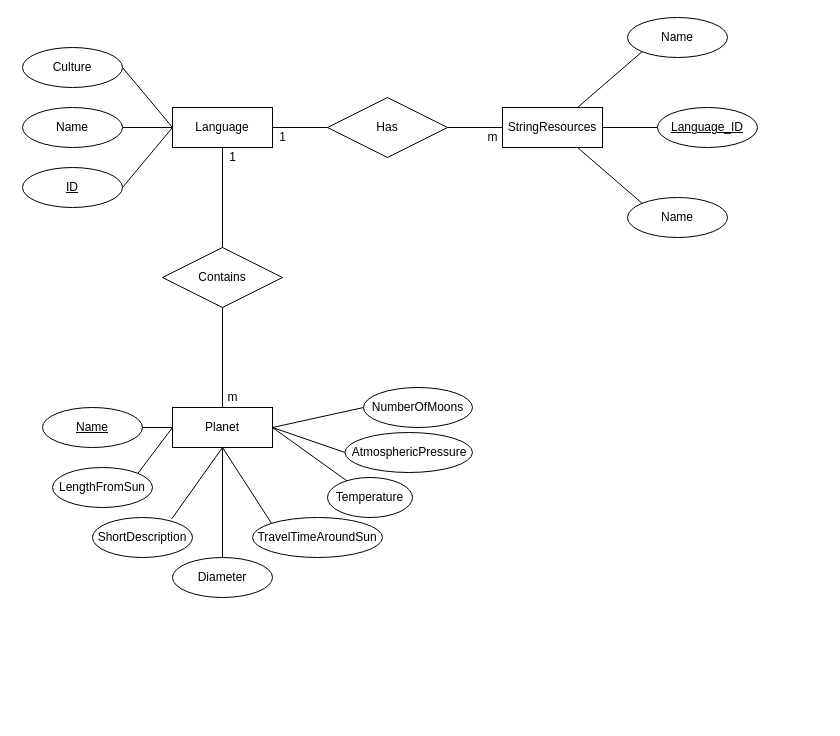
Above: Documentation/ER diagram.drawio in TGPGamez/The-Solar-System (draw.io), before the change. Source tidied: cells renumbered, new cells numbered last; positions are measured from the earlier drawing's top-left corner, leaving out a move shared by most shapes. Both pictures are drawn from the tidied source at 100%, with x=0, y=0 at pixel (22, 17).
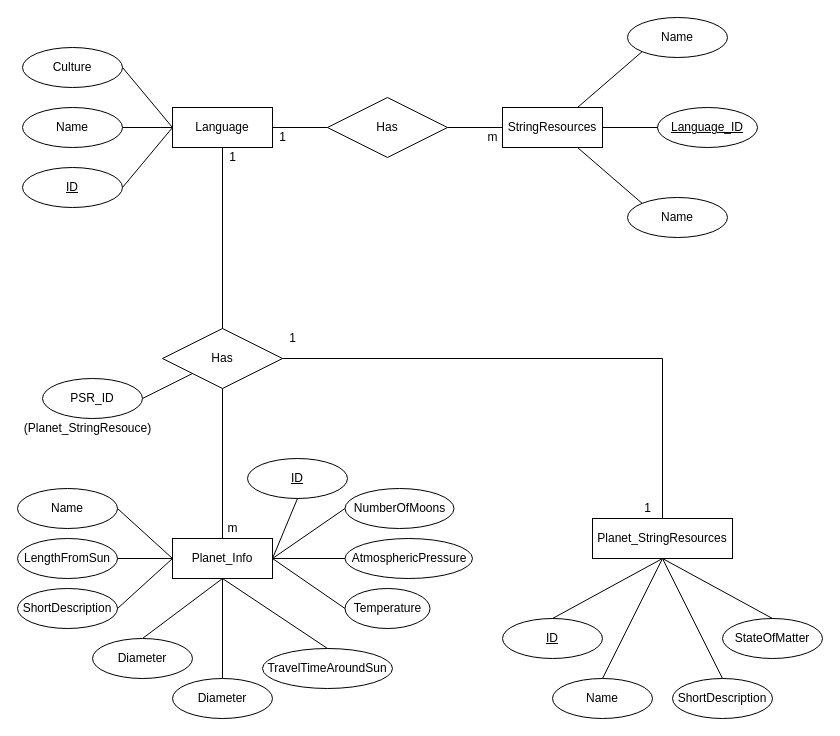
After the change.

The edit, as a diff of the source:
```diff
@@
-    <mxCell id="17" value="Planet" style="whiteSpace=wrap;html=1;align=center;" parent="1" vertex="1">
-      <mxGeometry x="150" y="390" width="100" height="40" as="geometry" />
+    <mxCell id="17" value="Planet_Info" style="whiteSpace=wrap;html=1;align=center;" parent="1" vertex="1">
+      <mxGeometry x="150" y="521" width="100" height="40" as="geometry" />
     </mxCell>
-    <mxCell id="18" value="Contains" style="shape=rhombus;perimeter=rhombusPerimeter;whiteSpace=wrap;html=1;align=center;" parent="1" vertex="1">
-      <mxGeometry x="140" y="230" width="120" height="60" as="geometry" />
+    <mxCell id="18" value="Has" style="shape=rhombus;perimeter=rhombusPerimeter;whiteSpace=wrap;html=1;align=center;" parent="1" vertex="1">
+      <mxGeometry x="140" y="311" width="120" height="60" as="geometry" />
     </mxCell>
@@
-    <mxCell id="21" value="&lt;u&gt;Name&lt;/u&gt;" style="ellipse;whiteSpace=wrap;html=1;align=center;" parent="1" vertex="1">
-      <mxGeometry x="20" y="390" width="100" height="40" as="geometry" />
+    <mxCell id="21" value="Name" style="ellipse;whiteSpace=wrap;html=1;align=center;" parent="1" vertex="1">
+      <mxGeometry x="-5" y="471" width="100" height="40" as="geometry" />
     </mxCell>
     <mxCell id="22" value="LengthFromSun" style="ellipse;whiteSpace=wrap;html=1;align=center;" parent="1" vertex="1">
-      <mxGeometry x="30" y="450" width="100" height="40" as="geometry" />
+      <mxGeometry x="-5" y="521" width="100" height="40" as="geometry" />
     </mxCell>
     <mxCell id="23" value="ShortDescription" style="ellipse;whiteSpace=wrap;html=1;align=center;" parent="1" vertex="1">
-      <mxGeometry x="70" y="500" width="100" height="40" as="geometry" />
+      <mxGeometry x="-5" y="571" width="100" height="40" as="geometry" />
     </mxCell>
     <mxCell id="24" value="Diameter" style="ellipse;whiteSpace=wrap;html=1;align=center;" parent="1" vertex="1">
-      <mxGeometry x="150" y="540" width="100" height="40" as="geometry" />
+      <mxGeometry x="150" y="661" width="100" height="40" as="geometry" />
     </mxCell>
     <mxCell id="25" value="TravelTimeAroundSun" style="ellipse;whiteSpace=wrap;html=1;align=center;" parent="1" vertex="1">
-      <mxGeometry x="230" y="500" width="130" height="40" as="geometry" />
+      <mxGeometry x="240" y="631" width="130" height="40" as="geometry" />
     </mxCell>
     <mxCell id="26" value="Temperature" style="ellipse;whiteSpace=wrap;html=1;align=center;" parent="1" vertex="1">
-      <mxGeometry x="305" y="460" width="85" height="40" as="geometry" />
+      <mxGeometry x="322.5" y="571" width="85" height="40" as="geometry" />
     </mxCell>
     <mxCell id="27" value="AtmosphericPressure" style="ellipse;whiteSpace=wrap;html=1;align=center;" parent="1" vertex="1">
-      <mxGeometry x="322.5" y="415" width="127.5" height="40" as="geometry" />
+      <mxGeometry x="322.5" y="521" width="127.5" height="40" as="geometry" />
     </mxCell>
     <mxCell id="28" value="NumberOfMoons" style="ellipse;whiteSpace=wrap;html=1;align=center;" parent="1" vertex="1">
-      <mxGeometry x="341" y="370" width="109" height="40" as="geometry" />
+      <mxGeometry x="322.5" y="471" width="109" height="40" as="geometry" />
     </mxCell>
     <mxCell id="29" style="endArrow=none;html=1;rounded=0;entryX=0;entryY=0.5;entryDx=0;entryDy=0;" parent="1" edge="1" target="28">
       <mxGeometry relative="1" as="geometry">
-        <mxPoint x="250" y="410" as="sourcePoint" />
+        <mxPoint x="250" y="541" as="sourcePoint" />
       </mxGeometry>
     </mxCell>
@@
-    <mxCell id="31" style="endArrow=none;html=1;rounded=0;" parent="1" edge="1" target="26">
+    <mxCell id="31" style="endArrow=none;html=1;rounded=0;entryX=0;entryY=0.5;entryDx=0;entryDy=0;" parent="1" edge="1" target="26">
       <mxGeometry relative="1" as="geometry">
-        <mxPoint x="250" y="410" as="sourcePoint" />
+        <mxPoint x="250" y="541" as="sourcePoint" />
       </mxGeometry>
     </mxCell>
@@
-    <mxCell id="33" style="endArrow=none;html=1;rounded=0;exitX=0;exitY=0;exitDx=0;exitDy=0;entryX=0.5;entryY=1;entryDx=0;entryDy=0;" parent="1" edge="1" source="25" target="17">
+    <mxCell id="33" style="endArrow=none;html=1;rounded=0;exitX=0.5;exitY=0;exitDx=0;exitDy=0;entryX=0.5;entryY=1;entryDx=0;entryDy=0;" parent="1" edge="1" source="25" target="17">
       <mxGeometry relative="1" as="geometry" />
     </mxCell>
-    <mxCell id="34" style="endArrow=none;html=1;rounded=0;exitX=0.793;exitY=0.032;exitDx=0;exitDy=0;exitPerimeter=0;entryX=0.5;entryY=1;entryDx=0;entryDy=0;" parent="1" edge="1" source="23" target="17">
+    <mxCell id="34" style="endArrow=none;html=1;rounded=0;exitX=1;exitY=0.5;exitDx=0;exitDy=0;entryX=0;entryY=0.5;entryDx=0;entryDy=0;" parent="1" edge="1" source="23" target="17">
       <mxGeometry relative="1" as="geometry" />
     </mxCell>
-    <mxCell id="35" style="endArrow=none;html=1;rounded=0;exitX=1;exitY=0;exitDx=0;exitDy=0;entryX=0;entryY=0.5;entryDx=0;entryDy=0;" parent="1" edge="1" source="22" target="17">
+    <mxCell id="35" style="endArrow=none;html=1;rounded=0;exitX=1;exitY=0.5;exitDx=0;exitDy=0;entryX=0;entryY=0.5;entryDx=0;entryDy=0;" parent="1" edge="1" source="22" target="17">
       <mxGeometry relative="1" as="geometry" />
     </mxCell>
@@
     <mxCell id="40" value="m" style="text;html=1;align=center;verticalAlign=middle;strokeColor=none;fillColor=none;" parent="1" vertex="1">
-      <mxGeometry x="195" y="370" width="30" height="20" as="geometry" />
+      <mxGeometry x="195" y="501" width="30" height="20" as="geometry" />
     </mxCell>
@@
+    <mxCell id="43" value="Diameter" style="ellipse;whiteSpace=wrap;html=1;align=center;" parent="1" vertex="1">
+      <mxGeometry x="70" y="621" width="100" height="40" as="geometry" />
+    </mxCell>
+    <mxCell id="44" style="endArrow=none;html=1;rounded=0;exitX=0.5;exitY=0;exitDx=0;exitDy=0;entryX=0.5;entryY=1;entryDx=0;entryDy=0;" parent="1" edge="1" source="43" target="17">
+      <mxGeometry relative="1" as="geometry" />
+    </mxCell>
+    <mxCell id="45" style="endArrow=none;html=1;rounded=0;exitX=1;exitY=0.5;exitDx=0;exitDy=0;entryX=0.5;entryY=0;entryDx=0;entryDy=0;" parent="1" edge="1" source="18" target="46">
+      <mxGeometry relative="1" as="geometry">
+        <Array as="points">
+          <mxPoint x="640" y="341" />
+        </Array>
+      </mxGeometry>
+    </mxCell>
+    <mxCell id="46" value="Planet_StringResources" style="whiteSpace=wrap;html=1;align=center;" parent="1" vertex="1">
+      <mxGeometry x="570" y="501" width="140" height="40" as="geometry" />
+    </mxCell>
+    <mxCell id="47" value="PSR_ID" style="ellipse;whiteSpace=wrap;html=1;align=center;" parent="1" vertex="1">
+      <mxGeometry x="20" y="361" width="100" height="40" as="geometry" />
+    </mxCell>
+    <mxCell id="48" style="endArrow=none;html=1;rounded=0;exitX=1;exitY=0.5;exitDx=0;exitDy=0;entryX=0;entryY=1;entryDx=0;entryDy=0;" parent="1" edge="1" source="47" target="18">
+      <mxGeometry relative="1" as="geometry" />
+    </mxCell>
+    <mxCell id="49" value="&lt;u&gt;ID&lt;/u&gt;" style="ellipse;whiteSpace=wrap;html=1;align=center;" parent="1" vertex="1">
+      <mxGeometry x="480" y="601" width="100" height="40" as="geometry" />
+    </mxCell>
+    <mxCell id="50" value="Name" style="ellipse;whiteSpace=wrap;html=1;align=center;" parent="1" vertex="1">
+      <mxGeometry x="530" y="661" width="100" height="40" as="geometry" />
+    </mxCell>
+    <mxCell id="51" value="ShortDescription" style="ellipse;whiteSpace=wrap;html=1;align=center;" parent="1" vertex="1">
+      <mxGeometry x="650" y="661" width="100" height="40" as="geometry" />
+    </mxCell>
+    <mxCell id="52" value="StateOfMatter" style="ellipse;whiteSpace=wrap;html=1;align=center;" parent="1" vertex="1">
+      <mxGeometry x="700" y="601" width="100" height="40" as="geometry" />
+    </mxCell>
+    <mxCell id="53" style="endArrow=none;html=1;rounded=0;exitX=0.5;exitY=0;exitDx=0;exitDy=0;entryX=0.5;entryY=1;entryDx=0;entryDy=0;" parent="1" edge="1" source="50" target="46">
+      <mxGeometry relative="1" as="geometry" />
+    </mxCell>
+    <mxCell id="54" style="endArrow=none;html=1;rounded=0;exitX=0.5;exitY=0;exitDx=0;exitDy=0;entryX=0.5;entryY=1;entryDx=0;entryDy=0;" parent="1" edge="1" source="49" target="46">
+      <mxGeometry relative="1" as="geometry" />
+    </mxCell>
+    <mxCell id="55" style="endArrow=none;html=1;rounded=0;exitX=0.5;exitY=0;exitDx=0;exitDy=0;entryX=0.5;entryY=1;entryDx=0;entryDy=0;" parent="1" edge="1" source="51" target="46">
+      <mxGeometry relative="1" as="geometry" />
+    </mxCell>
+    <mxCell id="56" style="endArrow=none;html=1;rounded=0;entryX=0.5;entryY=0;entryDx=0;entryDy=0;exitX=0.5;exitY=1;exitDx=0;exitDy=0;" parent="1" edge="1" source="46" target="52">
+      <mxGeometry relative="1" as="geometry" />
+    </mxCell>
+    <mxCell id="57" value="1" style="text;html=1;align=center;verticalAlign=middle;strokeColor=none;fillColor=none;" parent="1" vertex="1">
+      <mxGeometry x="260" y="311" width="20" height="20" as="geometry" />
+    </mxCell>
+    <mxCell id="58" value="1" style="text;html=1;align=center;verticalAlign=middle;strokeColor=none;fillColor=none;" parent="1" vertex="1">
+      <mxGeometry x="615" y="481" width="20" height="20" as="geometry" />
+    </mxCell>
+    <mxCell id="59" value="(Planet_StringResouce)" style="text;html=1;align=center;verticalAlign=middle;strokeColor=none;fillColor=none;" parent="1" vertex="1">
+      <mxGeometry x="-5" y="401" width="140" height="20" as="geometry" />
+    </mxCell>
+    <mxCell id="60" value="&lt;u&gt;ID&lt;/u&gt;" style="ellipse;whiteSpace=wrap;html=1;align=center;" parent="1" vertex="1">
+      <mxGeometry x="225" y="441" width="100" height="40" as="geometry" />
+    </mxCell>
+    <mxCell id="61" style="endArrow=none;html=1;rounded=0;entryX=0.5;entryY=1;entryDx=0;entryDy=0;exitX=1;exitY=0.5;exitDx=0;exitDy=0;" parent="1" edge="1" source="17" target="60">
+      <mxGeometry relative="1" as="geometry" />
+    </mxCell>
```
